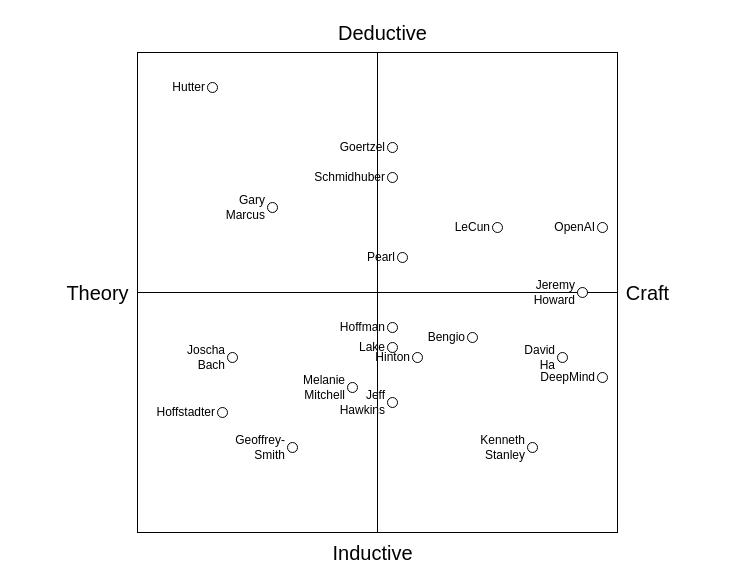
This is agenda_preference.drawio from codeaudit/1, a draw.io file, before an edit. Source tidied: cells renumbered, new cells numbered last; positions are measured from the earlier drawing's top-left corner, leaving out a move shared by most shapes. Both pictures are drawn from the tidied source at 100%, with x=0, y=0 at pixel (57, 17).
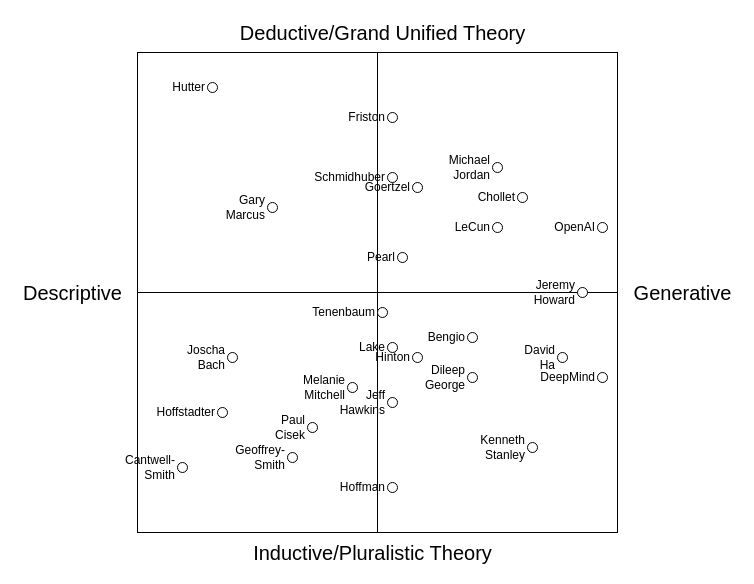
The same page after the edit.

Change to the diagram source:
```diff
@@
-    <mxCell id="6" value="Inductive" style="text;html=1;align=center;verticalAlign=middle;fontSize=20;" parent="1" vertex="1">
-      <mxGeometry x="265" y="520" width="100" height="30" as="geometry" />
+    <mxCell id="6" value="Inductive/Pluralistic Theory" style="text;html=1;align=center;verticalAlign=middle;fontSize=20;" parent="1" vertex="1">
+      <mxGeometry x="190" y="520" width="250" height="30" as="geometry" />
     </mxCell>
-    <mxCell id="7" value="Deductive" style="text;html=1;align=center;verticalAlign=middle;fontSize=20;" parent="1" vertex="1">
-      <mxGeometry x="275" width="100" height="30" as="geometry" />
+    <mxCell id="7" value="Deductive/Grand Unified Theory" style="text;html=1;align=center;verticalAlign=middle;fontSize=20;" parent="1" vertex="1">
+      <mxGeometry x="175" width="300" height="30" as="geometry" />
     </mxCell>
-    <mxCell id="8" value="Craft" style="text;html=1;align=center;verticalAlign=middle;fontSize=20;" parent="1" vertex="1">
-      <mxGeometry x="560" y="260" width="60" height="30" as="geometry" />
+    <mxCell id="8" value="Generative" style="text;html=1;align=center;verticalAlign=middle;fontSize=20;" parent="1" vertex="1">
+      <mxGeometry x="570" y="260" width="110" height="30" as="geometry" />
     </mxCell>
-    <mxCell id="9" value="Theory" style="text;html=1;align=center;verticalAlign=middle;fontSize=20;" parent="1" vertex="1">
-      <mxGeometry y="260" width="80" height="30" as="geometry" />
+    <mxCell id="9" value="Descriptive" style="text;html=1;align=center;verticalAlign=middle;fontSize=20;" parent="1" vertex="1">
+      <mxGeometry x="-40" y="260" width="110" height="30" as="geometry" />
     </mxCell>
@@
     <mxCell id="22" value="Hoffman" style="ellipse;whiteSpace=wrap;html=1;fontSize=12;labelPosition=left;verticalLabelPosition=middle;align=right;verticalAlign=middle;" parent="1" vertex="1">
-      <mxGeometry x="330" y="305" width="10" height="10" as="geometry" />
+      <mxGeometry x="330" y="465" width="10" height="10" as="geometry" />
     </mxCell>
     <mxCell id="23" value="Geoffrey-Smith" style="ellipse;whiteSpace=wrap;html=1;fontSize=12;labelPosition=left;verticalLabelPosition=middle;align=right;verticalAlign=middle;" parent="1" vertex="1">
-      <mxGeometry x="230" y="425" width="10" height="10" as="geometry" />
+      <mxGeometry x="230" y="435" width="10" height="10" as="geometry" />
     </mxCell>
@@
     <mxCell id="25" value="Goertzel" style="ellipse;whiteSpace=wrap;html=1;fontSize=12;labelPosition=left;verticalLabelPosition=middle;align=right;verticalAlign=middle;" parent="1" vertex="1">
-      <mxGeometry x="330" y="125" width="10" height="10" as="geometry" />
+      <mxGeometry x="355" y="165" width="10" height="10" as="geometry" />
     </mxCell>
@@
+    <mxCell id="30" value="Cantwell-Smith" style="ellipse;whiteSpace=wrap;html=1;fontSize=12;labelPosition=left;verticalLabelPosition=middle;align=right;verticalAlign=middle;" parent="1" vertex="1">
+      <mxGeometry x="120" y="445" width="10" height="10" as="geometry" />
+    </mxCell>
+    <mxCell id="31" value="Tenenbaum&lt;br&gt;" style="ellipse;whiteSpace=wrap;html=1;fontSize=12;labelPosition=left;verticalLabelPosition=middle;align=right;verticalAlign=middle;" parent="1" vertex="1">
+      <mxGeometry x="320" y="290" width="10" height="10" as="geometry" />
+    </mxCell>
+    <mxCell id="32" value="Michael&lt;br&gt;Jordan" style="ellipse;whiteSpace=wrap;html=1;fontSize=12;labelPosition=left;verticalLabelPosition=middle;align=right;verticalAlign=middle;" parent="1" vertex="1">
+      <mxGeometry x="435" y="145" width="10" height="10" as="geometry" />
+    </mxCell>
+    <mxCell id="33" value="Chollet" style="ellipse;whiteSpace=wrap;html=1;fontSize=12;labelPosition=left;verticalLabelPosition=middle;align=right;verticalAlign=middle;" parent="1" vertex="1">
+      <mxGeometry x="460" y="175" width="10" height="10" as="geometry" />
+    </mxCell>
+    <mxCell id="34" value="Dileep&lt;br&gt;George" style="ellipse;whiteSpace=wrap;html=1;fontSize=12;labelPosition=left;verticalLabelPosition=middle;align=right;verticalAlign=middle;" parent="1" vertex="1">
+      <mxGeometry x="410" y="355" width="10" height="10" as="geometry" />
+    </mxCell>
+    <mxCell id="35" value="Paul&lt;br&gt;Cisek" style="ellipse;whiteSpace=wrap;html=1;fontSize=12;labelPosition=left;verticalLabelPosition=middle;align=right;verticalAlign=middle;" parent="1" vertex="1">
+      <mxGeometry x="250" y="405" width="10" height="10" as="geometry" />
+    </mxCell>
+    <mxCell id="36" value="Friston" style="ellipse;whiteSpace=wrap;html=1;fontSize=12;labelPosition=left;verticalLabelPosition=middle;align=right;verticalAlign=middle;" parent="1" vertex="1">
+      <mxGeometry x="330" y="95" width="10" height="10" as="geometry" />
+    </mxCell>
```
